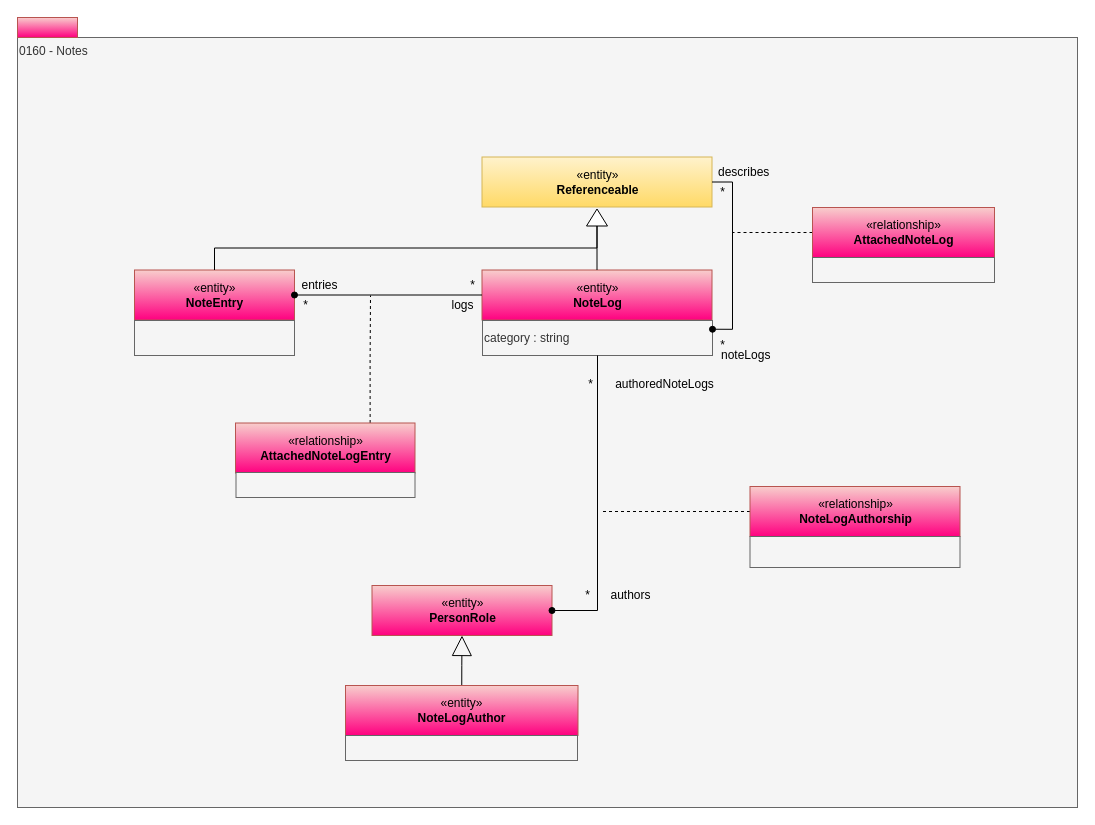
The draw.io diagram page "0160-Notes" (16 of 16) of site/docs/types/1/area-1-collaboration.drawio in odpi/egeria-docs, before the edit. Source tidied: cells renumbered, new cells numbered last; positions are measured from the earlier drawing's top-left corner, leaving out a move shared by most shapes. Both pictures are drawn from the tidied source at 100%, with x=0, y=0 at pixel (17, 17).
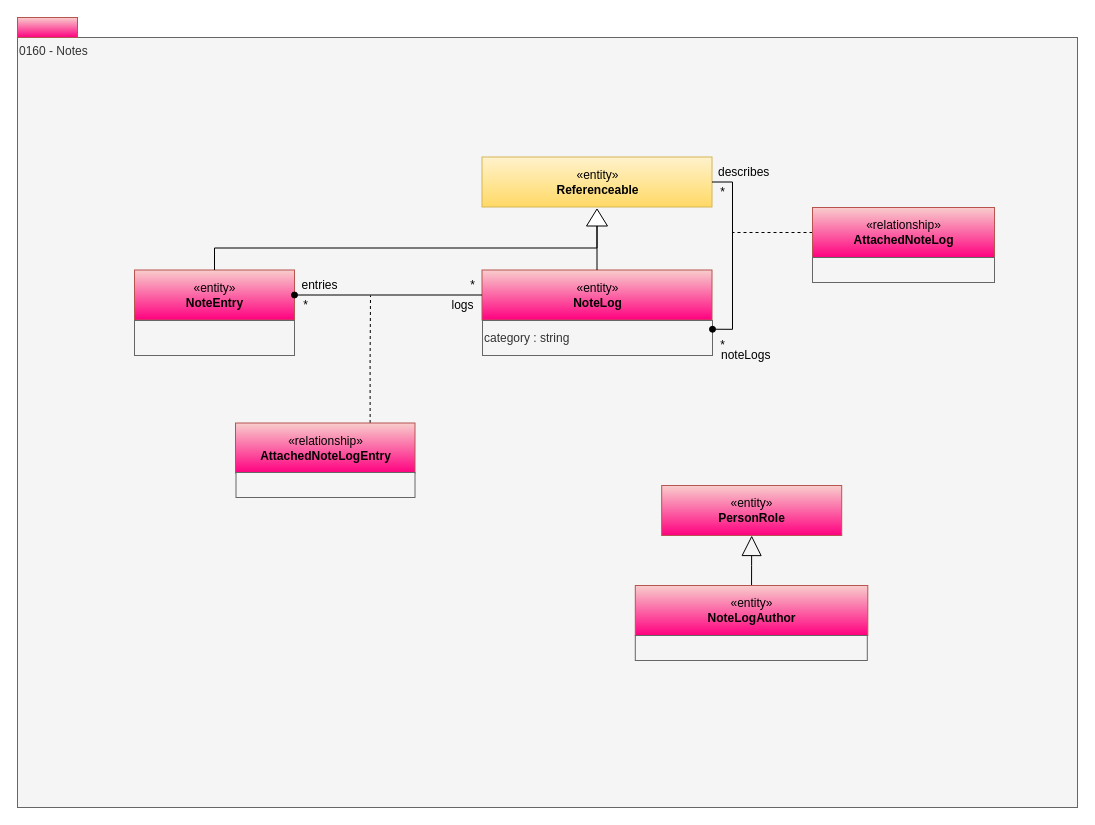
The same page after the edit.

Unchanged cells that the change refers to:
```xml
<mxCell id="5" value="category : string" style="rounded=0;whiteSpace=wrap;html=1;align=left;fillColor=#f5f5f5;fontColor=#333333;strokeColor=#666666;" parent="1" vertex="1">
  <mxGeometry x="465" y="303" width="230" height="35" as="geometry" />
</mxCell>
```

Change to the diagram source:
```diff
@@
     <mxCell id="27" value="«entity»&lt;br&gt;&lt;b&gt;NoteLogAuthor&lt;/b&gt;" style="html=1;strokeColor=#b85450;align=center;fillColor=#f8cecc;gradientColor=#FF0080;" parent="1" vertex="1">
-      <mxGeometry x="328" y="668" width="232.5" height="50" as="geometry" />
+      <mxGeometry x="617.8" y="568" width="232.5" height="50" as="geometry" />
     </mxCell>
-    <mxCell id="28" value="*" style="text;html=1;align=center;verticalAlign=top;spacingTop=-4;" parent="1" vertex="1">
-      <mxGeometry x="562.5" y="357" width="20" height="20" as="geometry" />
-    </mxCell>
-    <mxCell id="29" value="*" style="text;html=1;align=center;verticalAlign=top;spacingTop=-4;" parent="1" vertex="1">
-      <mxGeometry x="559.5" y="568" width="20" height="20" as="geometry" />
-    </mxCell>
-    <mxCell id="30" value="authoredNoteLogs" style="text;html=1;align=center;verticalAlign=top;spacingTop=-4;" parent="1" vertex="1">
-      <mxGeometry x="592" y="357" width="110" height="20" as="geometry" />
-    </mxCell>
-    <mxCell id="31" value="authors" style="text;html=1;align=center;verticalAlign=top;spacingTop=-4;" parent="1" vertex="1">
-      <mxGeometry x="582.5" y="568" width="60" height="20" as="geometry" />
-    </mxCell>
-    <mxCell id="32" style="edgeStyle=orthogonalEdgeStyle;rounded=0;html=1;exitX=0;exitY=0.5;endArrow=none;endFill=0;jettySize=auto;dashed=1;" parent="1" edge="1" source="33">
-      <mxGeometry relative="1" as="geometry">
-        <mxPoint x="582.5" y="494" as="targetPoint" />
-      </mxGeometry>
-    </mxCell>
-    <mxCell id="33" value="«relationship»&lt;br&gt;&lt;b&gt;NoteLogAuthorship&lt;/b&gt;" style="html=1;strokeColor=#b85450;align=center;fillColor=#f8cecc;gradientColor=#FF0080;" parent="1" vertex="1">
-      <mxGeometry x="732.5" y="469" width="210" height="50" as="geometry" />
-    </mxCell>
-    <mxCell id="34" style="rounded=0;whiteSpace=wrap;html=1;strokeColor=#666666;align=left;fillColor=#f5f5f5;fontColor=#333333;" parent="1" vertex="1">
-      <mxGeometry x="732.5" y="519" width="210" height="31" as="geometry" />
-    </mxCell>
     <mxCell id="35" value="«entity»&lt;br&gt;&lt;b&gt;PersonRole&lt;/b&gt;" style="html=1;strokeColor=#b85450;align=center;fillColor=#f8cecc;gradientColor=#FF0080;" parent="1" vertex="1">
-      <mxGeometry x="354.5" y="568" width="180" height="50" as="geometry" />
+      <mxGeometry x="644.2" y="468" width="180" height="50" as="geometry" />
     </mxCell>
@@
     <mxCell id="38" style="rounded=0;whiteSpace=wrap;html=1;strokeColor=#666666;align=left;fillColor=#f5f5f5;fontColor=#333333;" parent="1" vertex="1">
-      <mxGeometry x="328" y="718" width="232" height="25" as="geometry" />
+      <mxGeometry x="617.8" y="618" width="232" height="25" as="geometry" />
     </mxCell>
-    <mxCell id="39" style="edgeStyle=orthogonalEdgeStyle;rounded=0;html=1;endArrow=none;endFill=0;jettySize=auto;entryX=0.5;entryY=1;entryDx=0;entryDy=0;startArrow=oval;startFill=1;exitX=1;exitY=0.5;exitDx=0;exitDy=0;" parent="1" edge="1" source="35" target="5">
-      <mxGeometry relative="1" as="geometry">
-        <Array as="points">
-          <mxPoint x="580" y="593" />
-        </Array>
-      </mxGeometry>
-    </mxCell>
```
